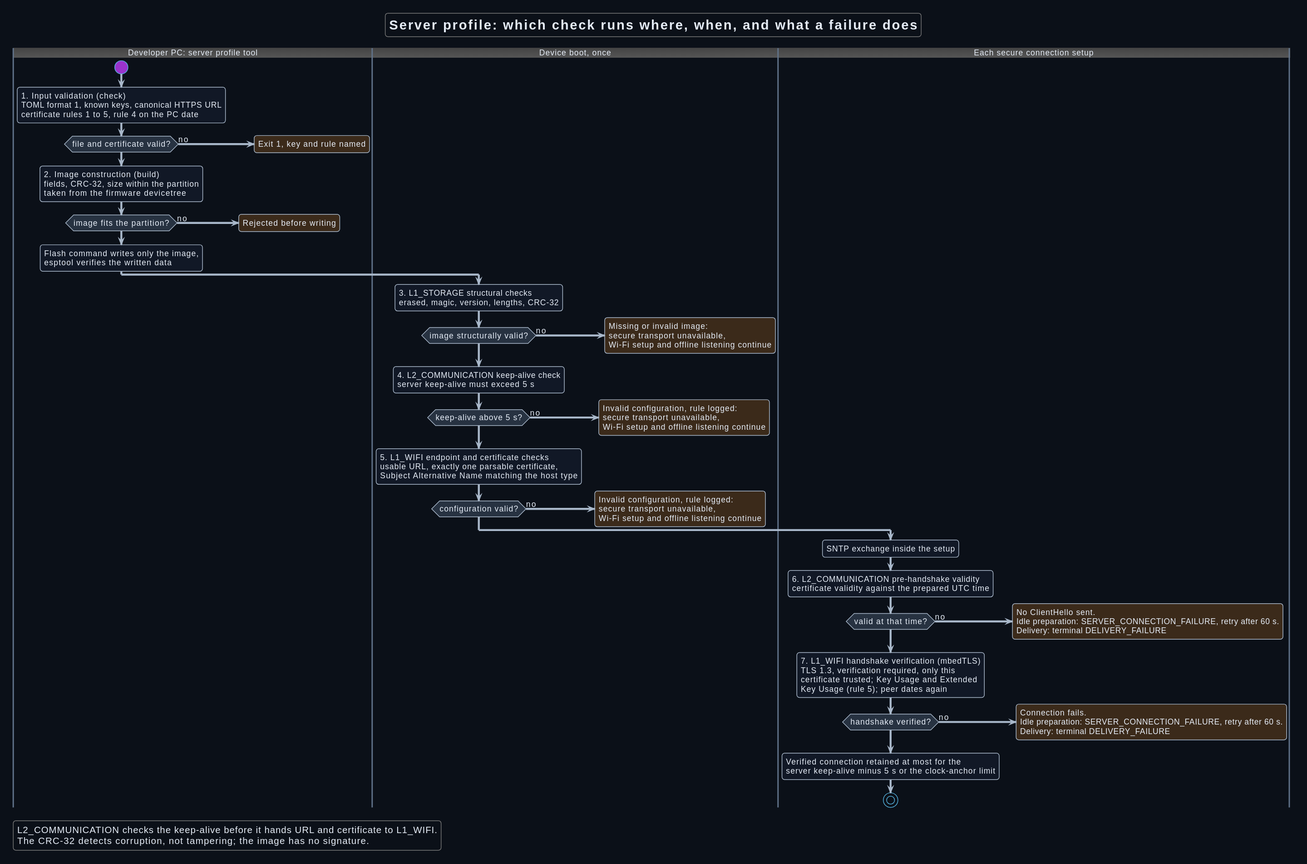
This is Development/system/design/STORAGE/rendered/server_profile_validation.svg from DemonicPsychoII/DigitalStethoscope, a PlantUML export, as it was before one commit.
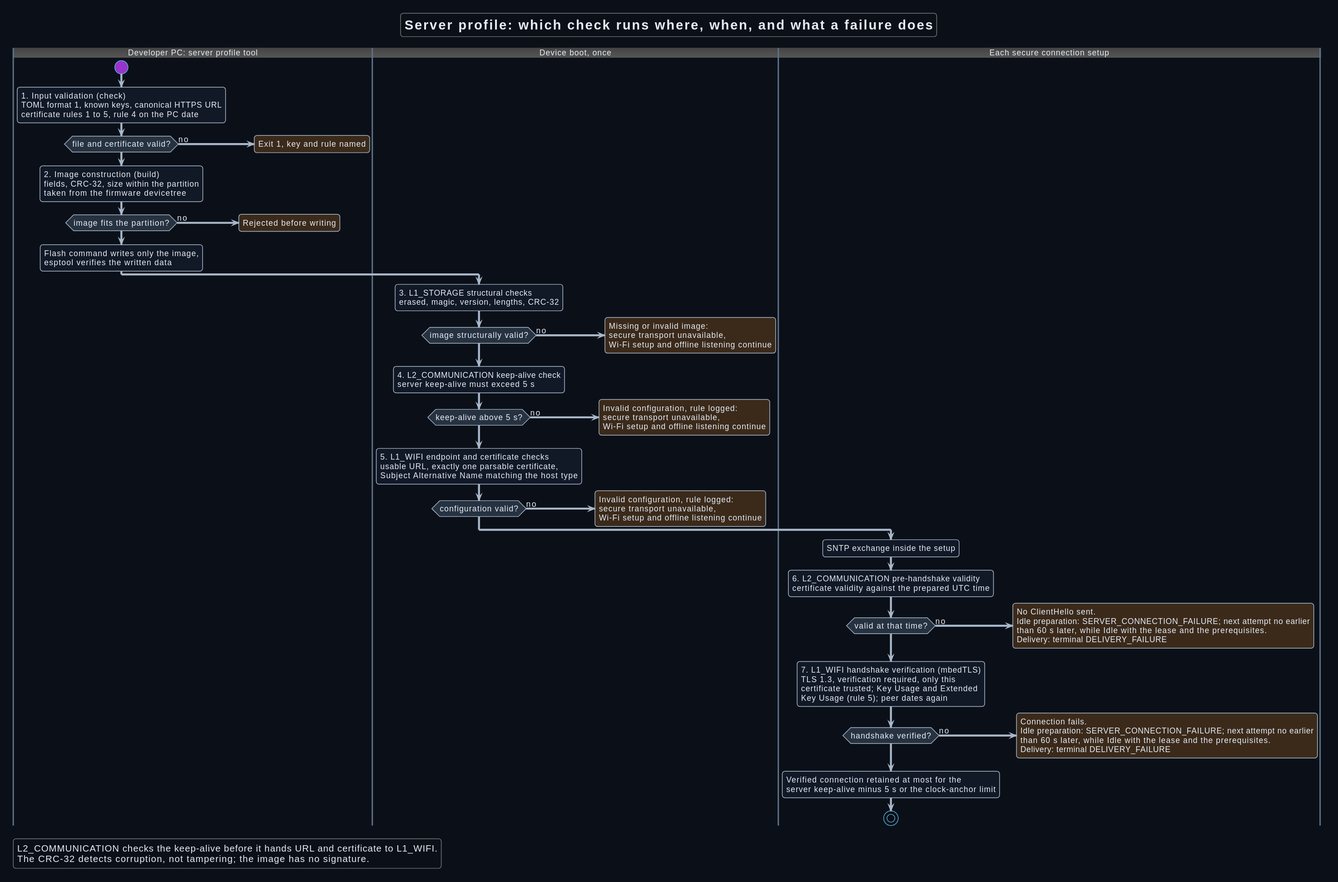
Above is the later version.

Commit message:
documentation: describe the monitor stub, the event check bound and the retry conditions as they are

Diff of the diagram source:
```diff
@@ -69,7 +69,8 @@
 certificate validity against the prepared UTC time;
 if (valid at that time?) then (no)
  :No ClientHello sent.
- Idle preparation: SERVER_CONNECTION_FAILURE, retry after 60 s.
+ Idle preparation: SERVER_CONNECTION_FAILURE; next attempt no earlier
+ than 60 s later, while Idle with the lease and the prerequisites.
  Delivery: terminal DELIVERY_FAILURE; <<#3b2a1a>>
  detach
 endif
@@ -79,7 +80,8 @@
 Key Usage (rule 5); peer dates again;
 if (handshake verified?) then (no)
  :Connection fails.
- Idle preparation: SERVER_CONNECTION_FAILURE, retry after 60 s.
+ Idle preparation: SERVER_CONNECTION_FAILURE; next attempt no earlier
+ than 60 s later, while Idle with the lease and the prerequisites.
  Delivery: terminal DELIVERY_FAILURE; <<#3b2a1a>>
  detach
 endif
```
